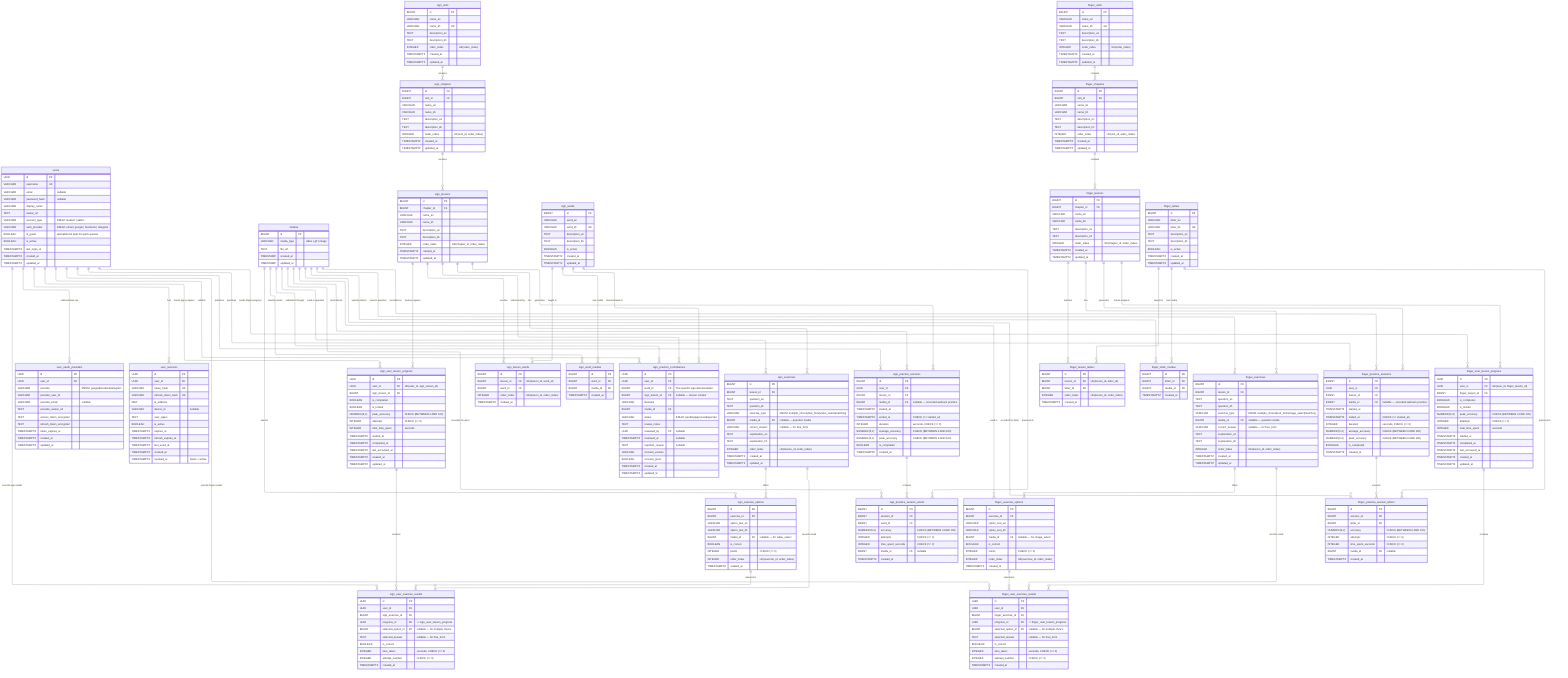
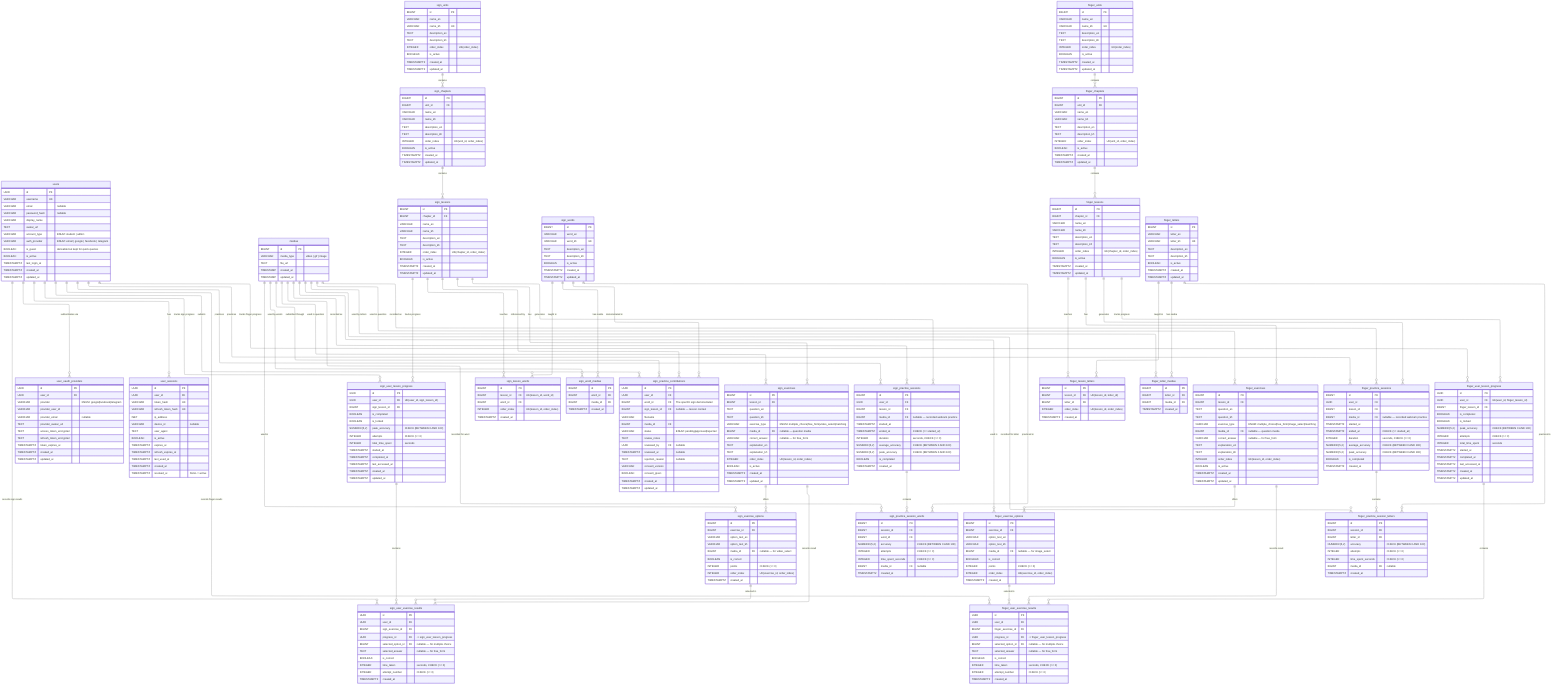
---
config:
  layout: elk
---
erDiagram
	direction TB

	users {
		UUID id PK ""
		VARCHAR username UK ""
		VARCHAR email "nullable"
		VARCHAR password_hash "nullable"
		VARCHAR display_name ""
		TEXT avatar_url ""
		VARCHAR account_type "ENUM: student | admin"
		VARCHAR auth_provider "ENUM: email | google | facebook | telegram"
		BOOLEAN is_guest "derivable but kept for quick queries"
		BOOLEAN is_active ""
		TIMESTAMPTZ last_login_at ""
		TIMESTAMPTZ created_at ""
		TIMESTAMPTZ updated_at ""
	}

	user_oauth_providers {
		UUID id PK ""
		UUID user_id FK ""
		VARCHAR provider "ENUM: google|facebook|telegram"
		VARCHAR provider_user_id ""
		VARCHAR provider_email "nullable"
		TEXT provider_avatar_url ""
		TEXT access_token_encrypted ""
		TEXT refresh_token_encrypted ""
		TIMESTAMPTZ token_expires_at ""
		TIMESTAMPTZ created_at ""
		TIMESTAMPTZ updated_at ""
		%% UK(provider, provider_user_id)
	}

	user_sessions {
		UUID id PK ""
		UUID user_id FK ""
		VARCHAR token_hash UK ""
		VARCHAR refresh_token_hash UK ""
		INET ip_address ""
		VARCHAR device_id "nullable"
		TEXT user_agent ""
		BOOLEAN is_active ""
		TIMESTAMPTZ expires_at ""
		TIMESTAMPTZ refresh_expires_at ""
		TIMESTAMPTZ last_used_at ""
		TIMESTAMPTZ created_at ""
		TIMESTAMPTZ revoked_at "NULL = active"
	}

	sign_user_lesson_progress {
		UUID id PK ""
		UUID user_id FK "UK(user_id, sign_lesson_id)"
		BIGINT sign_lesson_id FK ""
		BOOLEAN is_completed ""
		BOOLEAN is_locked ""
		NUMERIC(5,2) peak_accuracy "CHECK (BETWEEN 0 AND 100)"
		INTEGER attempts "CHECK (>= 0)"
		INTEGER total_time_spent "seconds"
		TIMESTAMPTZ started_at ""
		TIMESTAMPTZ completed_at ""
		TIMESTAMPTZ last_accessed_at ""
		TIMESTAMPTZ created_at ""
		TIMESTAMPTZ updated_at ""
	}

	sign_user_exercise_results {
		UUID id PK ""
		UUID user_id FK ""
		BIGINT sign_exercise_id FK ""
		UUID progress_id FK "-> sign_user_lesson_progress"
		BIGINT selected_option_id FK "nullable — for multiple choice"
		TEXT selected_answer "nullable — for free_form"
		BOOLEAN is_correct ""
		INTEGER time_taken "seconds, CHECK (>= 0)"
		INTEGER attempt_number "CHECK (>= 0)"
		TIMESTAMPTZ created_at ""
	}

	medias {
		BIGINT id PK ""
		VARCHAR media_type  "video | gif | image"
		TEXT file_url  ""
		TIMESTAMP created_at  ""
		TIMESTAMP updated_at  ""
	}

	sign_units {
		BIGINT id PK ""
		VARCHAR name_en ""
		VARCHAR name_kh UK ""
		TEXT description_en ""
		TEXT description_kh ""
		INTEGER order_index "UK(order_index)"
+ 		BOOLEAN is_active ""
		TIMESTAMPTZ created_at ""
		TIMESTAMPTZ updated_at ""
	}

	sign_chapters {
		BIGINT id PK ""
		BIGINT unit_id FK ""
		VARCHAR name_en ""
		VARCHAR name_kh ""
		TEXT description_en ""
		TEXT description_kh ""
		INTEGER order_index "UK(unit_id, order_index)"
+ 		BOOLEAN is_active ""
		TIMESTAMPTZ created_at ""
		TIMESTAMPTZ updated_at ""
	}

	sign_lessons {
		BIGINT id PK ""
		BIGINT chapter_id FK ""
		VARCHAR name_en ""
		VARCHAR name_kh ""
		TEXT description_en ""
		TEXT description_kh ""
		INTEGER order_index "UK(chapter_id, order_index)"
+ 		BOOLEAN is_active ""
		TIMESTAMPTZ created_at ""
		TIMESTAMPTZ updated_at ""
	}

	sign_words {
		BIGINT id PK ""
		VARCHAR word_en ""
		VARCHAR word_kh UK ""
		TEXT description_en ""
		TEXT description_kh ""
		BOOLEAN is_active ""
		TIMESTAMPTZ created_at ""
		TIMESTAMPTZ updated_at ""
	}

	sign_lesson_words {
		BIGINT id PK ""
		BIGINT lesson_id FK "UK(lesson_id, word_id)"
		BIGINT word_id FK ""
		INTEGER order_index "UK(lesson_id, order_index)"
		TIMESTAMPTZ created_at ""
	}

	sign_word_medias {
		BIGINT id PK ""
		BIGINT word_id FK ""
		BIGINT media_id FK ""
		TIMESTAMPTZ created_at ""
	}

	sign_practice_contributions {
		UUID id PK ""
		UUID user_id FK ""
		BIGINT word_id FK "The specific sign demonstrated"
		BIGINT sign_lesson_id FK "nullable — lesson context"
		VARCHAR filename ""
		BIGINT media_id FK ""
		VARCHAR status "ENUM: pending|approved|rejected"
		TEXT review_notes ""
		UUID reviewed_by FK "nullable"
		TIMESTAMPTZ reviewed_at "nullable"
		TEXT rejection_reason "nullable"
		VARCHAR consent_version ""
		BOOLEAN consent_given ""
		TIMESTAMPTZ created_at ""
		TIMESTAMPTZ updated_at ""
	}

	sign_exercises {
		BIGINT id PK ""
		BIGINT lesson_id FK ""
		TEXT question_en ""
		TEXT question_kh ""
		VARCHAR exercise_type "ENUM: multiple_choice|free_form|video_select|matching"
		BIGINT media_id FK "nullable — question media"
		VARCHAR correct_answer "nullable — for free_form"
		TEXT explanation_en ""
		TEXT explanation_kh ""
		INTEGER order_index "UK(lesson_id, order_index)"
+ 		BOOLEAN is_active ""
		TIMESTAMPTZ created_at ""
		TIMESTAMPTZ updated_at ""
	}

	sign_exercise_options {
		BIGINT id PK ""
		BIGINT exercise_id FK ""
		VARCHAR option_text_en ""
		VARCHAR option_text_kh ""
		BIGINT media_id FK "nullable — for video_select"
		BOOLEAN is_correct ""
		INTEGER points "CHECK (>= 0)"
		INTEGER order_index "UK(exercise_id, order_index)"
		TIMESTAMPTZ created_at ""
	}

	sign_practice_sessions {
		BIGINT id PK ""
		UUID user_id FK ""
		BIGINT lesson_id FK ""
		BIGINT media_id FK "nullable — recorded webcam practice"
		TIMESTAMPTZ started_at ""
		TIMESTAMPTZ ended_at "CHECK (>= started_at)"
		INTEGER duration "seconds, CHECK (>= 0)"
		NUMERIC(5,2) average_accuracy "CHECK (BETWEEN 0 AND 100)"
		NUMERIC(5,2) peak_accuracy "CHECK (BETWEEN 0 AND 100)"
		BOOLEAN is_completed ""
		TIMESTAMPTZ created_at ""
	}

	sign_practice_session_words {
		BIGINT id PK ""
		BIGINT session_id FK ""
		BIGINT word_id FK ""
		NUMERIC(5,2) accuracy "CHECK (BETWEEN 0 AND 100)"
		INTEGER attempts "CHECK (>= 0)"
		INTEGER time_spent_seconds "CHECK (>= 0)"
		BIGINT media_id FK "nullable"
		TIMESTAMPTZ created_at ""
	}

	finger_units {
		BIGINT id PK ""
		VARCHAR name_en ""
		VARCHAR name_kh UK ""
		TEXT description_en ""
		TEXT description_kh ""
		INTEGER order_index "UK(order_index)"
+ 		BOOLEAN is_active ""
		TIMESTAMPTZ created_at ""
		TIMESTAMPTZ updated_at ""
	}

	finger_chapters {
		BIGINT id PK ""
		BIGINT unit_id FK ""
		VARCHAR name_en ""
		VARCHAR name_kh ""
		TEXT description_en ""
		TEXT description_kh ""
		INTEGER order_index "UK(unit_id, order_index)"
+ 		BOOLEAN is_active ""
		TIMESTAMPTZ created_at ""
		TIMESTAMPTZ updated_at ""
	}

	finger_lessons {
		BIGINT id PK ""
		BIGINT chapter_id FK ""
		VARCHAR name_en ""
		VARCHAR name_kh ""
		TEXT description_en ""
		TEXT description_kh ""
		INTEGER order_index "UK(chapter_id, order_index)"
+ 		BOOLEAN is_active ""
		TIMESTAMPTZ created_at ""
		TIMESTAMPTZ updated_at ""
	}

	finger_letters {
		BIGINT id PK ""
		VARCHAR letter_en ""
		VARCHAR letter_kh UK ""
		TEXT description_en ""
		TEXT description_kh ""
		BOOLEAN is_active ""
		TIMESTAMPTZ created_at ""
		TIMESTAMPTZ updated_at ""
	}

	finger_lesson_letters {
		BIGINT id PK ""
		BIGINT lesson_id FK "UK(lesson_id, letter_id)"
		BIGINT letter_id FK ""
		INTEGER order_index "UK(lesson_id, order_index)"
		TIMESTAMPTZ created_at ""
	}

	finger_letter_medias {
		BIGINT id PK ""
		BIGINT letter_id FK ""
		BIGINT media_id FK ""
		TIMESTAMPTZ created_at ""
	}

	finger_exercises {
		BIGINT id PK ""
		BIGINT lesson_id FK ""
		TEXT question_en ""
		TEXT question_kh ""
		VARCHAR exercise_type "ENUM: multiple_choice|free_form|image_select|matching"
		BIGINT media_id FK "nullable — question media"
		VARCHAR correct_answer "nullable — for free_form"
		TEXT explanation_en ""
		TEXT explanation_kh ""
		INTEGER order_index "UK(lesson_id, order_index)"
+ 		BOOLEAN is_active ""
		TIMESTAMPTZ created_at ""
		TIMESTAMPTZ updated_at ""
	}

	finger_exercise_options {
		BIGINT id PK ""
		BIGINT exercise_id FK ""
		VARCHAR option_text_en ""
		VARCHAR option_text_kh ""
		BIGINT media_id FK "nullable — for image_select"
		BOOLEAN is_correct ""
		INTEGER points "CHECK (>= 0)"
		INTEGER order_index "UK(exercise_id, order_index)"
		TIMESTAMPTZ created_at ""
	}

	finger_practice_sessions {
		BIGINT id PK ""
		UUID user_id FK ""
		BIGINT lesson_id FK ""
		BIGINT media_id FK "nullable — recorded webcam practice"
		TIMESTAMPTZ started_at ""
		TIMESTAMPTZ ended_at "CHECK (>= started_at)"
		INTEGER duration "seconds, CHECK (>= 0)"
		NUMERIC(5,2) average_accuracy "CHECK (BETWEEN 0 AND 100)"
		NUMERIC(5,2) peak_accuracy "CHECK (BETWEEN 0 AND 100)"
		BOOLEAN is_completed ""
		TIMESTAMPTZ created_at ""
	}

	finger_practice_session_letters {
		BIGINT id PK ""
		BIGINT session_id FK ""
		BIGINT letter_id FK ""
		NUMERIC(5,2) accuracy "CHECK (BETWEEN 0 AND 100)"
		INTEGER attempts "CHECK (>= 0)"
		INTEGER time_spent_seconds "CHECK (>= 0)"
		BIGINT media_id FK "nullable"
		TIMESTAMPTZ created_at ""
	}

	finger_user_lesson_progress {
		UUID id PK ""
		UUID user_id FK "UK(user_id, finger_lesson_id)"
		BIGINT finger_lesson_id FK ""
		BOOLEAN is_completed ""
		BOOLEAN is_locked ""
		NUMERIC(5,2) peak_accuracy "CHECK (BETWEEN 0 AND 100)"
		INTEGER attempts "CHECK (>= 0)"
		INTEGER total_time_spent "seconds"
		TIMESTAMPTZ started_at ""
		TIMESTAMPTZ completed_at ""
		TIMESTAMPTZ last_accessed_at ""
		TIMESTAMPTZ created_at ""
		TIMESTAMPTZ updated_at ""
	}

	finger_user_exercise_results {
		UUID id PK ""
		UUID user_id FK ""
		BIGINT finger_exercise_id FK ""
		UUID progress_id FK "-> finger_user_lesson_progress"
		BIGINT selected_option_id FK "nullable — for multiple choice"
		TEXT selected_answer "nullable — for free_form"
		BOOLEAN is_correct ""
		INTEGER time_taken "seconds, CHECK (>= 0)"
		INTEGER attempt_number "CHECK (>= 0)"
		TIMESTAMPTZ created_at ""
	}


	users ||--o{ user_oauth_providers : "authenticates via"
	users ||--o{ user_sessions : "has"
	users ||--o{ sign_user_lesson_progress : "tracks sign progress"
	users ||--o{ finger_user_lesson_progress : "tracks finger progress"
	users ||--o{ sign_user_exercise_results : "records sign results"
	users ||--o{ finger_user_exercise_results : "records finger results"
	users ||--o{ sign_practice_contributions : "submits"
	users ||--o{ sign_practice_sessions : "practices"
	users ||--o{ finger_practice_sessions : "practices"


	sign_user_lesson_progress ||--o{ sign_user_exercise_results : "contains"
	finger_user_lesson_progress ||--o{ finger_user_exercise_results : "contains"

	sign_lessons ||--o{ sign_user_lesson_progress : "tracks progress"
	finger_lessons ||--o{ finger_user_lesson_progress : "tracks progress"

	sign_exercises ||--o{ sign_user_exercise_results : "records result"
	sign_exercise_options ||--o{ sign_user_exercise_results : "selected in"

	finger_exercises ||--o{ finger_user_exercise_results : "records result"
	finger_exercise_options ||--o{ finger_user_exercise_results : "selected in"

	sign_units ||--o{ sign_chapters : "contains"
	sign_chapters ||--o{ sign_lessons : "contains"
	sign_lessons ||--o{ sign_lesson_words : "teaches"
	sign_words ||--o{ sign_lesson_words : "taught in"

	sign_lessons ||--o{ sign_exercises : "has"
	sign_exercises ||--o{ sign_exercise_options : "offers"

	medias ||--o{ sign_exercise_options : "used in"
	medias ||--o{ sign_exercises : "used in question"

	sign_lessons ||--o{ sign_practice_sessions : "generates"
	sign_practice_sessions ||--o{ sign_practice_session_words : "contains"
	sign_words ||--o{ sign_practice_session_words : "practiced in"
	medias ||--o{ sign_practice_session_words : "recorded for word"

	finger_units ||--o{ finger_chapters : "contains"
	finger_chapters ||--o{ finger_lessons : "contains"
	finger_lessons ||--o{ finger_lesson_letters : "teaches"
	finger_letters ||--o{ finger_lesson_letters : "taught in"

	finger_lessons ||--o{ finger_exercises : "has"
	finger_exercises ||--o{ finger_exercise_options : "offers"

	medias ||--o{ finger_exercise_options : "used in"
	medias ||--o{ finger_exercises : "used in question"

	sign_words ||--o{ sign_word_medias : "has media"
	medias ||--o{ sign_word_medias : "used by words"

	finger_letters ||--o{ finger_letter_medias : "has media"
	medias ||--o{ finger_letter_medias : "used by letters"

	medias ||--o{ sign_practice_contributions : "submitted through"
	sign_words ||--o{ sign_practice_contributions : "demonstrated in"
	sign_lessons ||--o{ sign_practice_contributions : "referenced by"

	medias ||--o{ sign_practice_sessions : "recorded as"
	medias ||--o{ finger_practice_sessions : "recorded as"

	finger_lessons ||--o{ finger_practice_sessions : "generates"
	finger_practice_sessions ||--o{ finger_practice_session_letters : "contains"
	finger_letters ||--o{ finger_practice_session_letters : "practiced in"
	medias ||--o{ finger_practice_session_letters : "recorded for letter"
